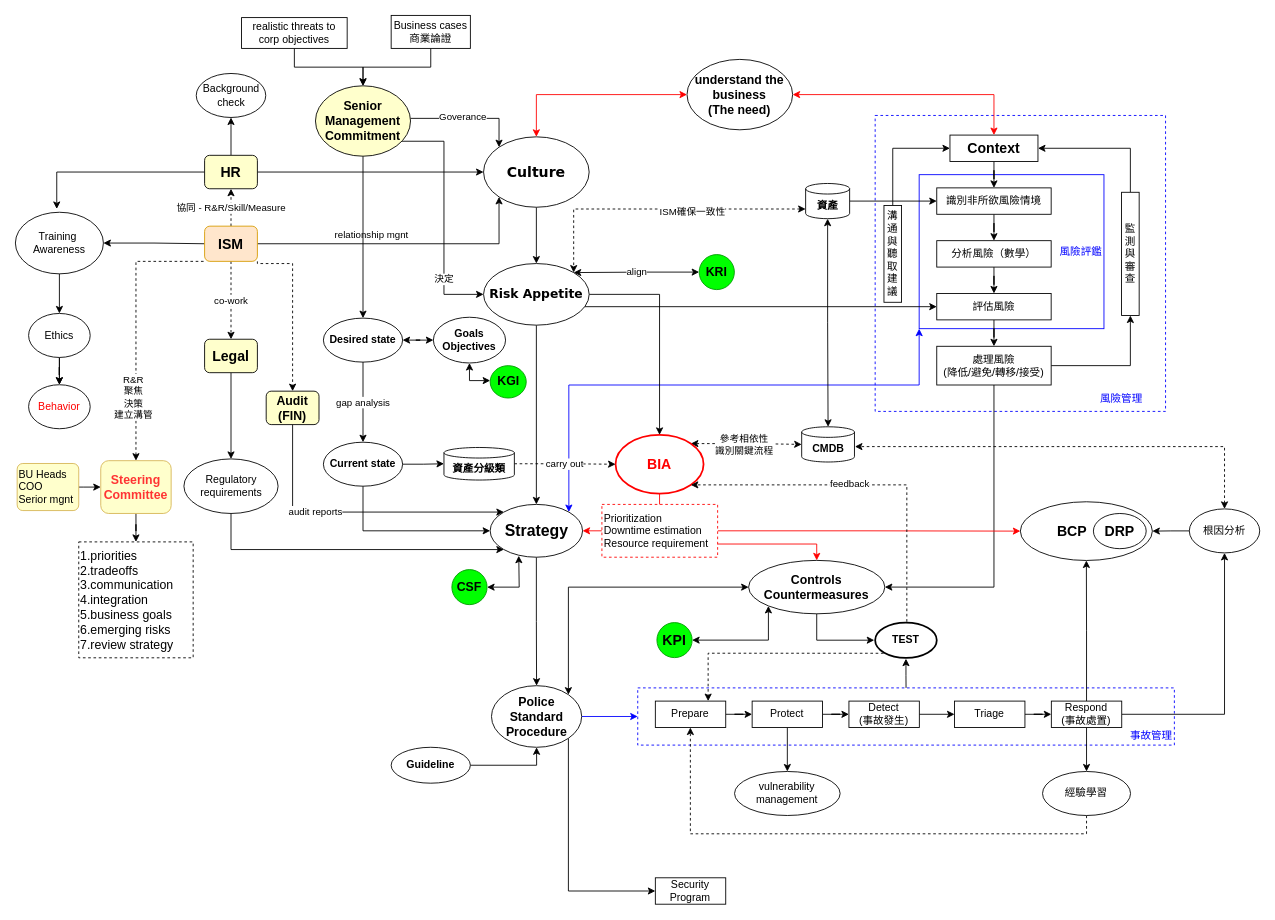
Above: CISM.drawio in digipenguin/machinelearn-ndu (draw.io), before the change. Source tidied: cells renumbered, new cells numbered last; positions are measured from the earlier drawing's top-left corner, leaving out a move shared by most shapes. Both pictures are drawn from the tidied source at 88%, with x=0, y=0 at pixel (15, 15).
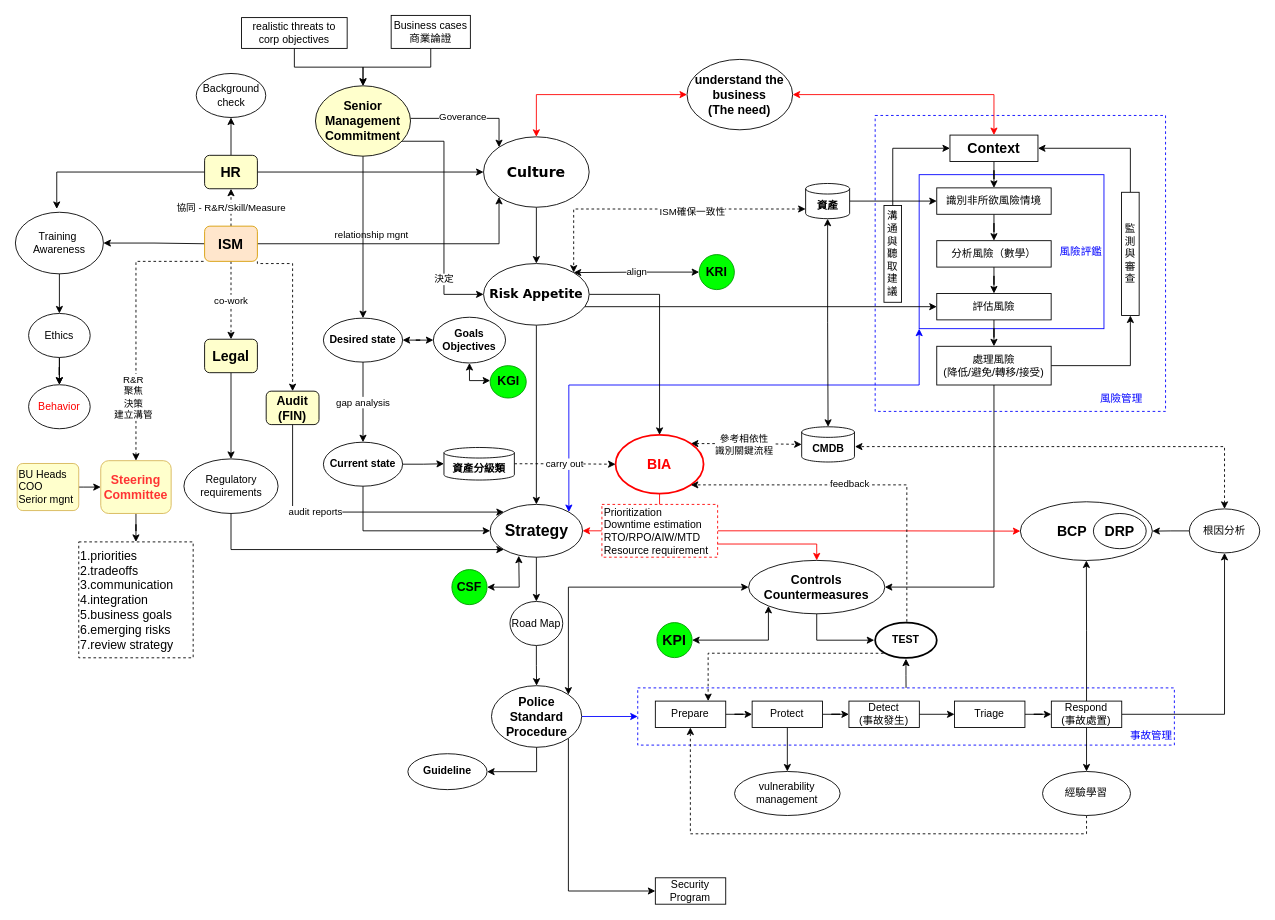
The same diagram, later.

Unchanged cells that the change refers to:
```xml
<mxCell id="15" value="&lt;b&gt;&lt;font style=&quot;font-size: 18px&quot;&gt;Strategy&lt;/font&gt;&lt;/b&gt;" style="ellipse;whiteSpace=wrap;html=1;" parent="1" vertex="1">
  <mxGeometry x="539.5" y="555.7" width="105" height="60" as="geometry" />
</mxCell>
<mxCell id="18" value="&lt;b style=&quot;font-size: 14px&quot;&gt;&lt;span&gt;Police&lt;/span&gt;&lt;br&gt;&lt;span&gt;Standard&lt;/span&gt;&lt;br&gt;&lt;span&gt;Procedure&lt;/span&gt;&lt;/b&gt;" style="ellipse;whiteSpace=wrap;html=1;align=center;" parent="1" vertex="1">
  <mxGeometry x="541" y="761.7" width="102.5" height="70" as="geometry" />
</mxCell>
```

Diff of the diagram source:
```diff
@@
-    <mxCell id="14" style="edgeStyle=orthogonalEdgeStyle;rounded=0;jettySize=auto;html=1;startArrow=none;startFill=0;endArrow=classic;endFill=1;" parent="1" edge="1" source="15" target="18">
+    <mxCell id="14" style="edgeStyle=orthogonalEdgeStyle;rounded=0;jettySize=auto;html=1;startArrow=none;startFill=0;endArrow=classic;endFill=1;" parent="1" edge="1" source="138" target="18">
       <mxGeometry relative="1" as="geometry" />
     </mxCell>
@@
-    <mxCell id="70" value="&lt;span&gt;Prioritization&lt;/span&gt;&lt;br&gt;&lt;span&gt;Downtime estimation&lt;br&gt;Resource requirement&lt;br&gt;&lt;/span&gt;" style="rounded=0;whiteSpace=wrap;html=1;fillColor=#FFFFFF;align=left;dashed=1;strokeColor=#FF0000;" parent="1" vertex="1">
+    <mxCell id="70" value="&lt;span&gt;Prioritization&lt;/span&gt;&lt;br&gt;&lt;span&gt;Downtime estimation&lt;br&gt;RTO/RPO/AIW/MTD&lt;br&gt;Resource requirement&lt;br&gt;&lt;/span&gt;" style="rounded=0;whiteSpace=wrap;html=1;fillColor=#FFFFFF;align=left;dashed=1;strokeColor=#FF0000;" parent="1" vertex="1">
       <mxGeometry x="666.5" y="555.7" width="131.5" height="60" as="geometry" />
     </mxCell>
@@
-    <mxCell id="86" style="edgeStyle=orthogonalEdgeStyle;rounded=0;jettySize=auto;html=1;entryX=0.5;entryY=1;entryDx=0;entryDy=0;startArrow=none;startFill=0;endArrow=classic;endFill=1;" parent="1" edge="1" source="87" target="18">
+    <mxCell id="86" style="edgeStyle=orthogonalEdgeStyle;rounded=0;jettySize=auto;html=1;entryX=0.5;entryY=1;entryDx=0;entryDy=0;startArrow=classic;startFill=1;endArrow=none;endFill=0;" parent="1" edge="1" source="87" target="18">
       <mxGeometry relative="1" as="geometry" />
     </mxCell>
     <mxCell id="87" value="&lt;b&gt;Guideline&lt;/b&gt;" style="ellipse;whiteSpace=wrap;html=1;" parent="1" vertex="1">
-      <mxGeometry x="427" y="831.7" width="90" height="40.8" as="geometry" />
+      <mxGeometry x="446" y="839" width="90" height="40.8" as="geometry" />
     </mxCell>
@@
+    <mxCell id="138" value="Road Map" style="ellipse;whiteSpace=wrap;html=1;shadow=0;strokeWidth=1;" parent="1" vertex="1">
+      <mxGeometry x="562" y="666" width="60" height="50" as="geometry" />
+    </mxCell>
+    <mxCell id="139" style="edgeStyle=orthogonalEdgeStyle;rounded=0;jettySize=auto;html=1;startArrow=none;startFill=0;endArrow=classic;endFill=1;" parent="1" edge="1" source="15" target="138">
+      <mxGeometry relative="1" as="geometry" />
+    </mxCell>
```
